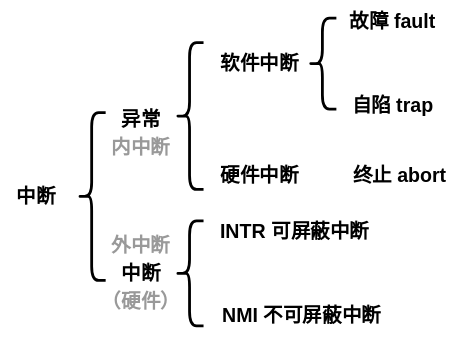
This is pictures/操作系统-中断.drawio.svg from creatern/NoteBook, a draw.io export, as it was before one commit. Source tidied: cells renumbered, new cells last; positions are measured from the earlier drawing's top-left corner, leaving out a move shared by most shapes. The source it was exported from:
```xml
<mxGraphModel>
  <root>
    <mxCell id="0" />
    <mxCell id="1" parent="0" />
    <mxCell id="2" value="中断" style="text;html=1;align=center;verticalAlign=middle;strokeColor=none;fillColor=none;fontSize=14;fontStyle=1;" parent="1" vertex="1">
      <mxGeometry y="125" width="50" height="30" as="geometry" />
    </mxCell>
    <mxCell id="3" style="shape=curlyBracket;whiteSpace=wrap;html=1;rounded=1;labelPosition=left;verticalLabelPosition=middle;align=right;verticalAlign=middle;strokeWidth=2;" parent="1" vertex="1">
      <mxGeometry x="55" y="80" width="20" height="120" as="geometry" />
    </mxCell>
    <mxCell id="4" value="异常" style="text;html=1;align=center;verticalAlign=middle;strokeColor=none;fillColor=none;fontSize=14;fontStyle=1;" parent="1" vertex="1">
      <mxGeometry x="75" y="70" width="50" height="30" as="geometry" />
    </mxCell>
    <mxCell id="5" value="中断" style="text;html=1;align=center;verticalAlign=middle;strokeColor=none;fillColor=none;fontSize=14;fontStyle=1;" parent="1" vertex="1">
      <mxGeometry x="75" y="180" width="50" height="30" as="geometry" />
    </mxCell>
    <mxCell id="6" style="shape=curlyBracket;whiteSpace=wrap;html=1;rounded=1;labelPosition=left;verticalLabelPosition=middle;align=right;verticalAlign=middle;strokeWidth=2;" parent="1" vertex="1">
      <mxGeometry x="125" y="157.5" width="20" height="75" as="geometry" />
    </mxCell>
    <mxCell id="7" value="INTR 可屏蔽中断" style="text;html=1;align=center;verticalAlign=middle;strokeColor=none;fillColor=none;fontSize=14;fontStyle=1;" parent="1" vertex="1">
      <mxGeometry x="145" y="150" width="130" height="30" as="geometry" />
    </mxCell>
    <mxCell id="8" value="NMI 不可屏蔽中断" style="text;html=1;align=center;verticalAlign=middle;strokeColor=none;fillColor=none;fontSize=14;fontStyle=1;" parent="1" vertex="1">
      <mxGeometry x="145" y="210" width="140" height="30" as="geometry" />
    </mxCell>
    <mxCell id="9" style="shape=curlyBracket;whiteSpace=wrap;html=1;rounded=1;labelPosition=left;verticalLabelPosition=middle;align=right;verticalAlign=middle;strokeWidth=2;" parent="1" vertex="1">
      <mxGeometry x="125" y="30" width="20" height="105" as="geometry" />
    </mxCell>
    <mxCell id="10" value="故障 fault" style="text;html=1;align=center;verticalAlign=middle;strokeColor=none;fillColor=none;fontSize=14;fontStyle=1;" parent="1" vertex="1">
      <mxGeometry x="240" width="80" height="30" as="geometry" />
    </mxCell>
    <mxCell id="11" value="自陷 trap" style="text;html=1;align=center;verticalAlign=middle;strokeColor=none;fillColor=none;fontSize=14;fontStyle=1;" parent="1" vertex="1">
      <mxGeometry x="240" y="60" width="80" height="30" as="geometry" />
    </mxCell>
    <mxCell id="12" value="终止 abort" style="text;html=1;align=center;verticalAlign=middle;strokeColor=none;fillColor=none;fontSize=14;fontStyle=1;" parent="1" vertex="1">
      <mxGeometry x="240" y="110" width="90" height="30" as="geometry" />
    </mxCell>
    <mxCell id="13" value="硬件中断" style="text;html=1;align=center;verticalAlign=middle;strokeColor=none;fillColor=none;fontSize=14;fontStyle=1;" parent="1" vertex="1">
      <mxGeometry x="145" y="110" width="80" height="30" as="geometry" />
    </mxCell>
    <mxCell id="14" value="软件中断" style="text;html=1;align=center;verticalAlign=middle;strokeColor=none;fillColor=none;fontSize=14;fontStyle=1;" parent="1" vertex="1">
      <mxGeometry x="145" y="30" width="80" height="30" as="geometry" />
    </mxCell>
    <mxCell id="15" style="shape=curlyBracket;whiteSpace=wrap;html=1;rounded=1;labelPosition=left;verticalLabelPosition=middle;align=right;verticalAlign=middle;strokeWidth=2;rotation=0;" parent="1" vertex="1">
      <mxGeometry x="220" y="12.5" width="20" height="65" as="geometry" />
    </mxCell>
    <mxCell id="16" value="（硬件）" style="text;html=1;align=center;verticalAlign=middle;strokeColor=none;fillColor=none;fontSize=14;fontStyle=1;fontColor=#999999;" parent="1" vertex="1">
      <mxGeometry x="60" y="200" width="80" height="30" as="geometry" />
    </mxCell>
    <mxCell id="17" value="外中断" style="text;html=1;align=center;verticalAlign=middle;strokeColor=none;fillColor=none;fontSize=14;fontStyle=1;fontColor=#999999;" parent="1" vertex="1">
      <mxGeometry x="65" y="160" width="70" height="30" as="geometry" />
    </mxCell>
    <mxCell id="18" value="内中断" style="text;html=1;align=center;verticalAlign=middle;strokeColor=none;fillColor=none;fontSize=14;fontStyle=1;fontColor=#999999;" parent="1" vertex="1">
      <mxGeometry x="65" y="90" width="70" height="30" as="geometry" />
    </mxCell>
  </root>
</mxGraphModel>
```
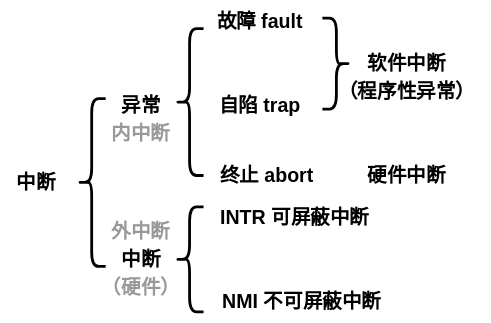
Above is the later version.

The edit, as a diff of the source:
```diff
@@ -27,22 +27,22 @@
       <mxGeometry x="125" y="30" width="20" height="105" as="geometry" />
     </mxCell>
     <mxCell id="10" value="故障 fault" style="text;html=1;align=center;verticalAlign=middle;strokeColor=none;fillColor=none;fontSize=14;fontStyle=1;" parent="1" vertex="1">
-      <mxGeometry x="240" width="80" height="30" as="geometry" />
+      <mxGeometry x="145" y="10" width="80" height="30" as="geometry" />
     </mxCell>
     <mxCell id="11" value="自陷 trap" style="text;html=1;align=center;verticalAlign=middle;strokeColor=none;fillColor=none;fontSize=14;fontStyle=1;" parent="1" vertex="1">
-      <mxGeometry x="240" y="60" width="80" height="30" as="geometry" />
+      <mxGeometry x="145" y="70" width="80" height="30" as="geometry" />
     </mxCell>
     <mxCell id="12" value="终止 abort" style="text;html=1;align=center;verticalAlign=middle;strokeColor=none;fillColor=none;fontSize=14;fontStyle=1;" parent="1" vertex="1">
-      <mxGeometry x="240" y="110" width="90" height="30" as="geometry" />
+      <mxGeometry x="145" y="120" width="90" height="30" as="geometry" />
     </mxCell>
     <mxCell id="13" value="硬件中断" style="text;html=1;align=center;verticalAlign=middle;strokeColor=none;fillColor=none;fontSize=14;fontStyle=1;" parent="1" vertex="1">
-      <mxGeometry x="145" y="110" width="80" height="30" as="geometry" />
+      <mxGeometry x="250" y="120" width="80" height="30" as="geometry" />
     </mxCell>
     <mxCell id="14" value="软件中断" style="text;html=1;align=center;verticalAlign=middle;strokeColor=none;fillColor=none;fontSize=14;fontStyle=1;" parent="1" vertex="1">
-      <mxGeometry x="145" y="30" width="80" height="30" as="geometry" />
+      <mxGeometry x="250" y="40" width="80" height="30" as="geometry" />
     </mxCell>
-    <mxCell id="15" style="shape=curlyBracket;whiteSpace=wrap;html=1;rounded=1;labelPosition=left;verticalLabelPosition=middle;align=right;verticalAlign=middle;strokeWidth=2;rotation=0;" parent="1" vertex="1">
-      <mxGeometry x="220" y="12.5" width="20" height="65" as="geometry" />
+    <mxCell id="15" style="shape=curlyBracket;whiteSpace=wrap;html=1;rounded=1;labelPosition=left;verticalLabelPosition=middle;align=right;verticalAlign=middle;strokeWidth=2;rotation=-180;" parent="1" vertex="1">
+      <mxGeometry x="230" y="22.5" width="20" height="65" as="geometry" />
     </mxCell>
     <mxCell id="16" value="（硬件）" style="text;html=1;align=center;verticalAlign=middle;strokeColor=none;fillColor=none;fontSize=14;fontStyle=1;fontColor=#999999;" parent="1" vertex="1">
       <mxGeometry x="60" y="200" width="80" height="30" as="geometry" />
@@ -53,5 +53,8 @@
     <mxCell id="18" value="内中断" style="text;html=1;align=center;verticalAlign=middle;strokeColor=none;fillColor=none;fontSize=14;fontStyle=1;fontColor=#999999;" parent="1" vertex="1">
       <mxGeometry x="65" y="90" width="70" height="30" as="geometry" />
     </mxCell>
+    <mxCell id="19" value="（程序性异常）" style="text;html=1;align=center;verticalAlign=middle;strokeColor=none;fillColor=none;fontSize=14;fontStyle=1;" parent="1" vertex="1">
+      <mxGeometry x="230" y="60" width="120" height="30" as="geometry" />
+    </mxCell>
   </root>
 </mxGraphModel>
```
